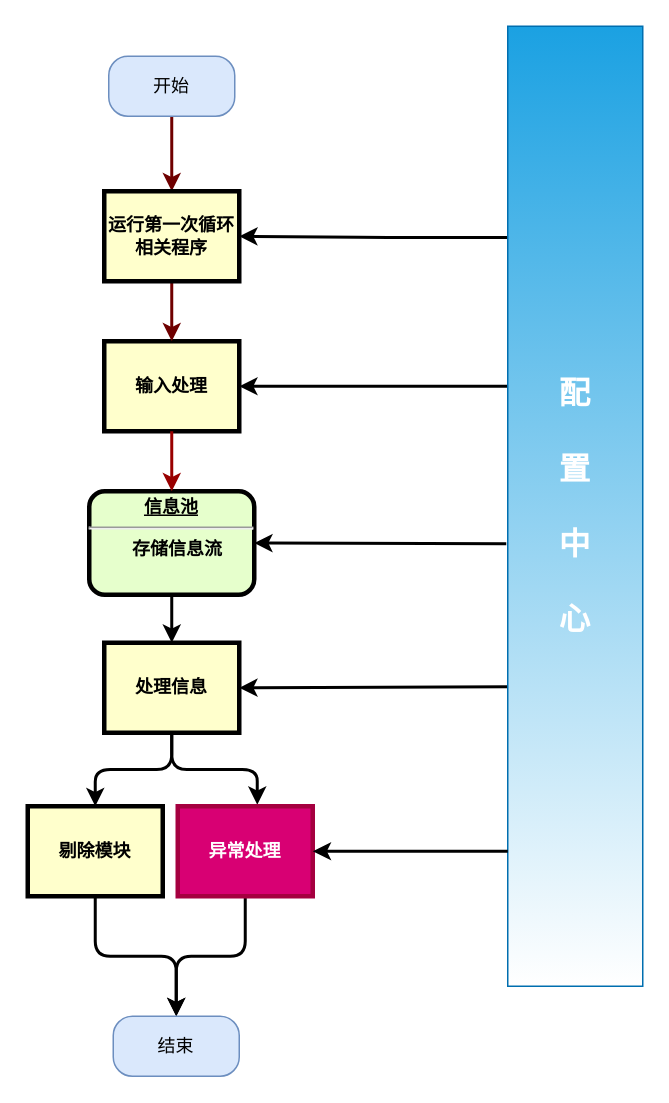
Earlier version of the draw.io diagram plc01.drawio (zhangjunlujing/zj001). Source tidied: cells renumbered, new cells numbered last; positions are measured from the earlier drawing's top-left corner, leaving out a move shared by most shapes. Both pictures are drawn from the tidied source at 150%, with x=0, y=0 at pixel (27, 26).
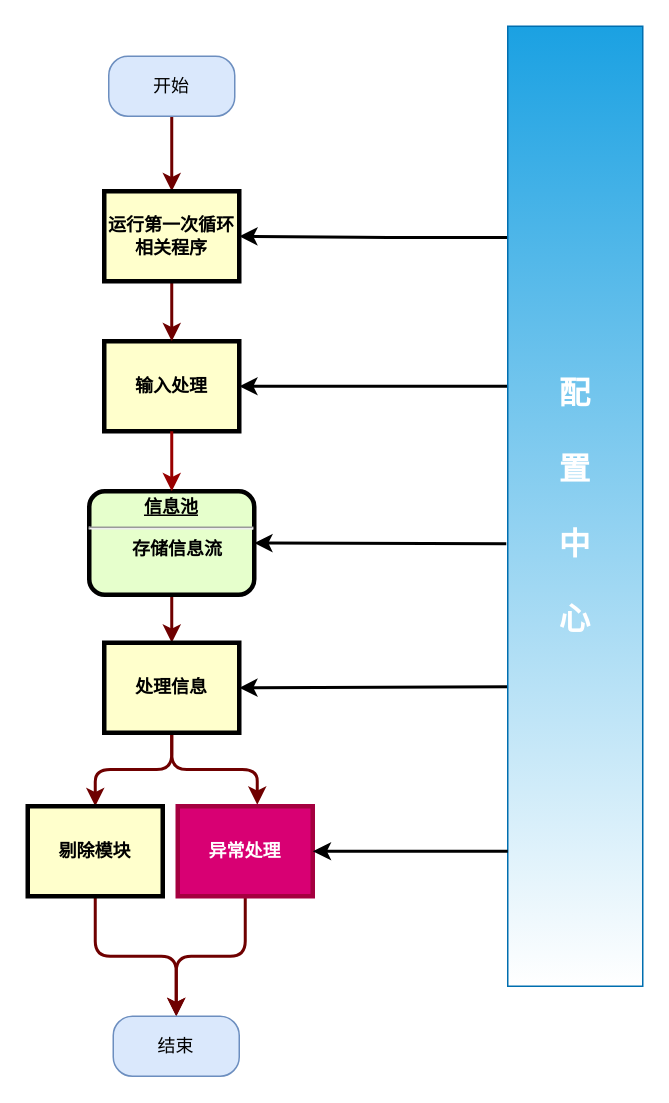
Above is the later version.

Unchanged cells that the change refers to:
```xml
<mxCell id="3" value="&lt;p style=&quot;margin: 0px ; margin-top: 4px ; text-align: center ; text-decoration: underline&quot;&gt;&lt;strong&gt;信息池&lt;/strong&gt;&lt;/p&gt;&lt;hr&gt;&lt;p style=&quot;margin: 0px ; margin-left: 8px&quot;&gt;存储信息流&lt;/p&gt;" style="verticalAlign=middle;align=center;overflow=fill;fontSize=12;fontFamily=Helvetica;html=1;rounded=1;fontStyle=1;strokeWidth=3;fillColor=#E6FFCC;" parent="1" vertex="1">
  <mxGeometry x="41" y="310" width="110" height="69" as="geometry" />
</mxCell>
<mxCell id="7" value="处理信息" style="whiteSpace=wrap;align=center;verticalAlign=middle;fontStyle=1;strokeWidth=3;fillColor=#FFFFCC;" parent="1" vertex="1">
  <mxGeometry x="51" y="411" width="90" height="60" as="geometry" />
</mxCell>
<mxCell id="19" value="剔除模块" style="whiteSpace=wrap;align=center;verticalAlign=middle;fontStyle=1;strokeWidth=3;fillColor=#FFFFCC;" parent="1" vertex="1">
  <mxGeometry y="520" width="90" height="60" as="geometry" />
</mxCell>
<mxCell id="21" value="异常处理" style="whiteSpace=wrap;align=center;verticalAlign=middle;fontStyle=1;strokeWidth=3;fillColor=#d80073;fontColor=#ffffff;strokeColor=#A50040;" parent="1" vertex="1">
  <mxGeometry x="100" y="520" width="90" height="60" as="geometry" />
</mxCell>
<mxCell id="25" value="结束" style="rounded=1;whiteSpace=wrap;html=1;fillColor=#dae8fc;strokeColor=#6c8ebf;arcSize=32;" parent="1" vertex="1">
  <mxGeometry x="57" y="660" width="84" height="40" as="geometry" />
</mxCell>
```

What changed in the source:
```diff
@@
-    <mxCell id="2" style="edgeStyle=orthogonalEdgeStyle;rounded=1;jettySize=auto;html=1;exitX=0.5;exitY=1;exitDx=0;exitDy=0;entryX=0.5;entryY=0;entryDx=0;entryDy=0;strokeWidth=2;" parent="1" edge="1" source="3" target="7">
+    <mxCell id="2" style="edgeStyle=orthogonalEdgeStyle;rounded=1;jettySize=auto;html=1;exitX=0.5;exitY=1;exitDx=0;exitDy=0;entryX=0.5;entryY=0;entryDx=0;entryDy=0;strokeWidth=2;fillColor=#a20025;strokeColor=#6F0000;" parent="1" edge="1" source="3" target="7">
       <mxGeometry relative="1" as="geometry" />
     </mxCell>
@@
-    <mxCell id="5" style="edgeStyle=orthogonalEdgeStyle;rounded=1;jettySize=auto;html=1;exitX=0.5;exitY=1;exitDx=0;exitDy=0;entryX=0.5;entryY=0;entryDx=0;entryDy=0;fontSize=21;strokeWidth=2;" parent="1" edge="1" source="7" target="19">
+    <mxCell id="5" style="edgeStyle=orthogonalEdgeStyle;rounded=1;jettySize=auto;html=1;exitX=0.5;exitY=1;exitDx=0;exitDy=0;entryX=0.5;entryY=0;entryDx=0;entryDy=0;fontSize=21;strokeWidth=2;fillColor=#a20025;strokeColor=#6F0000;" parent="1" edge="1" source="7" target="19">
       <mxGeometry relative="1" as="geometry" />
     </mxCell>
-    <mxCell id="6" style="edgeStyle=orthogonalEdgeStyle;rounded=1;jettySize=auto;html=1;exitX=0.5;exitY=1;exitDx=0;exitDy=0;entryX=0.589;entryY=-0.017;entryDx=0;entryDy=0;entryPerimeter=0;fontSize=21;strokeWidth=2;" parent="1" edge="1" source="7" target="21">
+    <mxCell id="6" style="edgeStyle=orthogonalEdgeStyle;rounded=1;jettySize=auto;html=1;exitX=0.5;exitY=1;exitDx=0;exitDy=0;entryX=0.589;entryY=-0.017;entryDx=0;entryDy=0;entryPerimeter=0;fontSize=21;strokeWidth=2;fillColor=#a20025;strokeColor=#6F0000;" parent="1" edge="1" source="7" target="21">
       <mxGeometry relative="1" as="geometry" />
     </mxCell>
@@
-    <mxCell id="18" style="edgeStyle=orthogonalEdgeStyle;rounded=1;jettySize=auto;html=1;exitX=0.5;exitY=1;exitDx=0;exitDy=0;entryX=0.5;entryY=0;entryDx=0;entryDy=0;fontSize=21;startArrow=none;startFill=0;endArrow=classic;endFill=1;strokeWidth=2;" parent="1" edge="1" source="19" target="25">
+    <mxCell id="18" style="edgeStyle=orthogonalEdgeStyle;rounded=1;jettySize=auto;html=1;exitX=0.5;exitY=1;exitDx=0;exitDy=0;entryX=0.5;entryY=0;entryDx=0;entryDy=0;fontSize=21;startArrow=none;startFill=0;endArrow=classic;endFill=1;strokeWidth=2;fillColor=#a20025;strokeColor=#6F0000;" parent="1" edge="1" source="19" target="25">
       <mxGeometry relative="1" as="geometry" />
     </mxCell>
@@
-    <mxCell id="20" style="edgeStyle=orthogonalEdgeStyle;rounded=1;jettySize=auto;html=1;exitX=0.5;exitY=1;exitDx=0;exitDy=0;entryX=0.5;entryY=0;entryDx=0;entryDy=0;fontSize=21;startArrow=none;startFill=0;endArrow=classic;endFill=1;strokeWidth=2;" parent="1" edge="1" source="21" target="25">
+    <mxCell id="20" style="edgeStyle=orthogonalEdgeStyle;rounded=1;jettySize=auto;html=1;exitX=0.5;exitY=1;exitDx=0;exitDy=0;entryX=0.5;entryY=0;entryDx=0;entryDy=0;fontSize=21;startArrow=none;startFill=0;endArrow=classic;endFill=1;strokeWidth=2;fillColor=#a20025;strokeColor=#6F0000;" parent="1" edge="1" source="21" target="25">
       <mxGeometry relative="1" as="geometry" />
     </mxCell>
```
